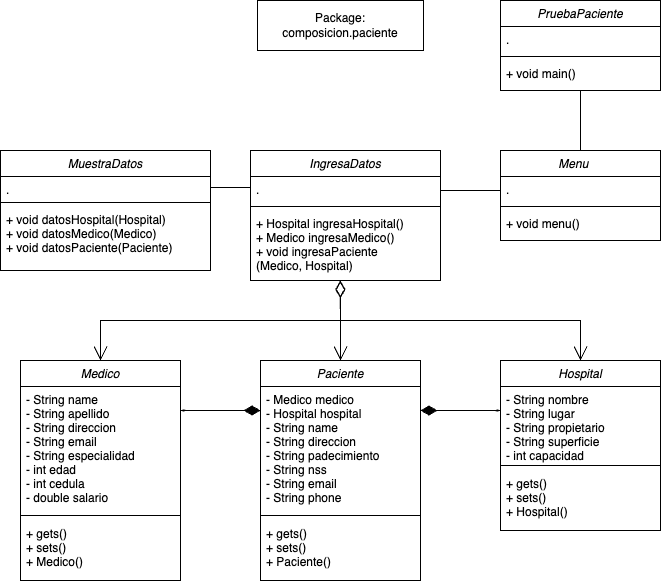
The draw.io diagram OOP_C_2025/src/composicion/Diagramas/paciente.png in lualcu/Coding, before a commit. Source tidied: cells renumbered, new cells last; positions are measured from the earlier drawing's top-left corner, leaving out a move shared by most shapes.
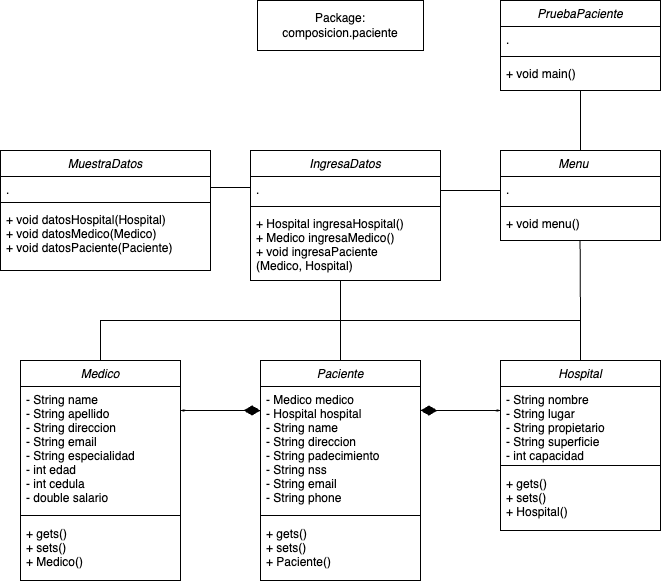
After the change.

Change to the diagram source:
```diff
@@ -116,9 +116,6 @@
     <mxCell id="37" value="+ void menu()" style="text;align=left;verticalAlign=top;spacingLeft=4;spacingRight=4;overflow=hidden;" parent="34" vertex="1">
       <mxGeometry y="60" width="160" height="26" as="geometry" />
     </mxCell>
-    <mxCell id="38" style="endArrow=open;html=1;endSize=12;startArrow=diamondThin;startSize=14;startFill=0;edgeStyle=orthogonalEdgeStyle;align=left;verticalAlign=bottom;rounded=0;entryX=0.5;entryY=0;entryDx=0;entryDy=0;exitX=0.473;exitY=1.013;exitDx=0;exitDy=0;exitPerimeter=0;" parent="1" edge="1" source="33" target="6">
-      <mxGeometry x="-1" y="3" relative="1" as="geometry" />
-    </mxCell>
     <mxCell id="39" style="endArrow=none;html=1;edgeStyle=orthogonalEdgeStyle;rounded=0;exitX=1;exitY=0.5;exitDx=0;exitDy=0;entryX=0;entryY=0.423;entryDx=0;entryDy=0;entryPerimeter=0;" parent="1" edge="1" source="20" target="31">
       <mxGeometry relative="1" as="geometry" />
     </mxCell>
@@ -131,23 +128,25 @@
     <mxCell id="41" style="endArrow=none;html=1;edgeStyle=orthogonalEdgeStyle;rounded=0;exitX=0.5;exitY=1;exitDx=0;exitDy=0;entryX=0.5;entryY=0;entryDx=0;entryDy=0;" parent="1" edge="1" source="2" target="34">
       <mxGeometry relative="1" as="geometry" />
     </mxCell>
-    <mxCell id="42" style="endArrow=open;html=1;endSize=12;startArrow=diamondThin;startSize=14;startFill=0;edgeStyle=orthogonalEdgeStyle;align=left;verticalAlign=bottom;rounded=0;exitX=0.5;exitY=1;exitDx=0;exitDy=0;exitPerimeter=0;entryX=0.5;entryY=0;entryDx=0;entryDy=0;" parent="1" edge="1" target="15">
-      <mxGeometry x="-1" y="3" relative="1" as="geometry">
-        <mxPoint x="339.9" y="280" as="sourcePoint" />
-        <Array as="points">
-          <mxPoint x="340" y="320" />
-          <mxPoint x="100" y="320" />
-        </Array>
-      </mxGeometry>
-    </mxCell>
-    <mxCell id="43" style="endArrow=open;html=1;endSize=12;startArrow=diamondThin;startSize=14;startFill=0;edgeStyle=orthogonalEdgeStyle;align=left;verticalAlign=bottom;rounded=0;exitX=0.5;exitY=1;exitDx=0;exitDy=0;exitPerimeter=0;entryX=0.5;entryY=0;entryDx=0;entryDy=0;" parent="1" edge="1" target="11">
-      <mxGeometry x="-1" y="3" relative="1" as="geometry">
-        <mxPoint x="339.9" y="280" as="sourcePoint" />
-        <Array as="points">
-          <mxPoint x="340" y="320" />
-          <mxPoint x="580" y="320" />
-        </Array>
-      </mxGeometry>
-    </mxCell>
+    <mxCell id="44" style="endArrow=none;html=1;rounded=0;exitX=0.5;exitY=0;exitDx=0;exitDy=0;" parent="1" edge="1" source="6">
+      <mxGeometry relative="1" as="geometry">
+        <mxPoint x="340" y="280" as="targetPoint" />
+      </mxGeometry>
+    </mxCell>
+    <mxCell id="45" style="endArrow=none;html=1;rounded=0;entryX=0.5;entryY=0;entryDx=0;entryDy=0;exitX=0.5;exitY=0;exitDx=0;exitDy=0;" parent="1" edge="1" source="15" target="11">
+      <mxGeometry relative="1" as="geometry">
+        <Array as="points">
+          <mxPoint x="100" y="320" />
+          <mxPoint x="340" y="320" />
+          <mxPoint x="580" y="320" />
+        </Array>
+      </mxGeometry>
+    </mxCell>
+    <mxCell id="46" style="endArrow=none;html=1;rounded=0;" parent="1" edge="1">
+      <mxGeometry relative="1" as="geometry">
+        <mxPoint x="580" y="320" as="sourcePoint" />
+        <mxPoint x="579.6" y="240" as="targetPoint" />
+      </mxGeometry>
+    </mxCell>
   </root>
 </mxGraphModel>
```
